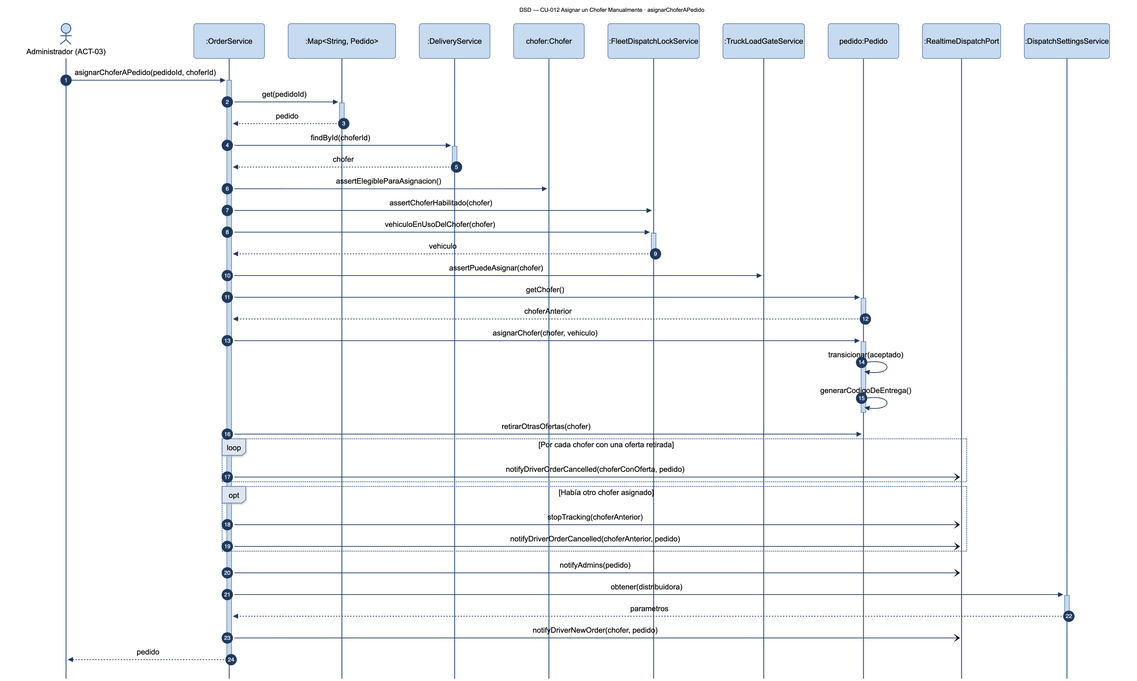
Above: diagramas/png/DSD_CU-012_asignarChoferAPedido.png in Nahuelito-Dev/splg-docs (Mermaid), before the change. Its source is kept beside it as diagramas/DSD_CU-012_asignarChoferAPedido.mmd.
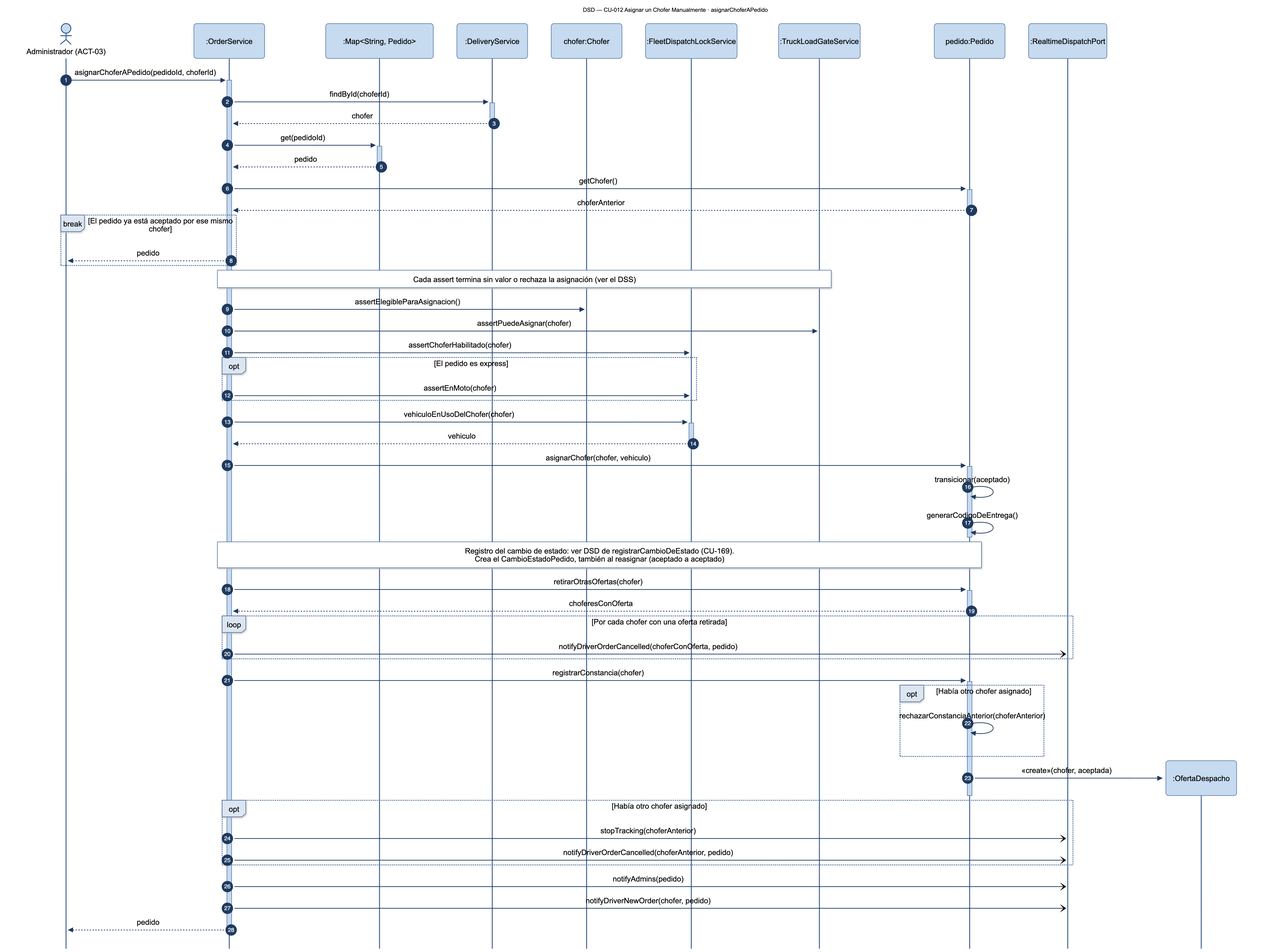
Above is the later version.

What changed in the source:
```diff
@@ -10,34 +10,47 @@
     participant TLG as :TruckLoadGateService
     participant PED as pedido:Pedido
     participant RT as :RealtimeDispatchPort
-    participant CFG as :DispatchSettingsService
 
     ADM->>+SRV: asignarChoferAPedido(pedidoId, choferId)
+    SRV->>+DEL: findById(choferId)
+    DEL-->>-SRV: chofer
     SRV->>+PEDS: get(pedidoId)
     PEDS-->>-SRV: pedido
-    SRV->>+DEL: findById(choferId)
-    DEL-->>-SRV: chofer
+    SRV->>+PED: getChofer()
+    PED-->>-SRV: choferAnterior
+    break El pedido ya está aceptado por ese mismo chofer
+        SRV-->>ADM: pedido
+    end
+    Note over SRV,TLG: Cada assert termina sin valor o rechaza la asignación (ver el DSS)
     SRV->>CHO: assertElegibleParaAsignacion()
+    SRV->>TLG: assertPuedeAsignar(chofer)
     SRV->>FLK: assertChoferHabilitado(chofer)
+    opt El pedido es express
+        SRV->>FLK: assertEnMoto(chofer)
+    end
     SRV->>+FLK: vehiculoEnUsoDelChofer(chofer)
     FLK-->>-SRV: vehiculo
-    SRV->>TLG: assertPuedeAsignar(chofer)
-    SRV->>+PED: getChofer()
-    PED-->>-SRV: choferAnterior
     SRV->>+PED: asignarChofer(chofer, vehiculo)
     PED->>PED: transicionar(aceptado)
     PED->>PED: generarCodigoDeEntrega()
     deactivate PED
-    SRV->>PED: retirarOtrasOfertas(chofer)
+    Note over SRV,PED: Registro del cambio de estado: ver DSD de registrarCambioDeEstado (CU-169).<br/>Crea el CambioEstadoPedido, también al reasignar (aceptado a aceptado)
+    SRV->>+PED: retirarOtrasOfertas(chofer)
+    PED-->>-SRV: choferesConOferta
     loop Por cada chofer con una oferta retirada
         SRV-)RT: notifyDriverOrderCancelled(choferConOferta, pedido)
     end
+    SRV->>+PED: registrarConstancia(chofer)
+    opt Había otro chofer asignado
+        PED->>PED: rechazarConstanciaAnterior(choferAnterior)
+    end
+    create participant OFE as :OfertaDespacho
+    PED->>OFE: «create»(chofer, aceptada)
+    deactivate PED
     opt Había otro chofer asignado
         SRV-)RT: stopTracking(choferAnterior)
         SRV-)RT: notifyDriverOrderCancelled(choferAnterior, pedido)
     end
     SRV-)RT: notifyAdmins(pedido)
-    SRV->>+CFG: obtener(distribuidora)
-    CFG-->>-SRV: parametros
     SRV-)RT: notifyDriverNewOrder(chofer, pedido)
     SRV-->>-ADM: pedido
```
